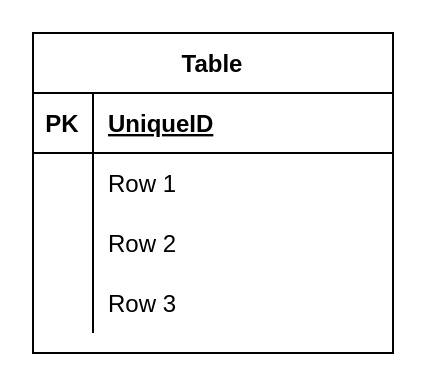
This is docu/ER_diagram/ER_diagram.drawio from TUBAF-IFI-DiPiT/github2pandas, a draw.io file, before an edit. Source tidied: cells renumbered, new cells numbered last; positions are measured from the earlier drawing's top-left corner, leaving out a move shared by most shapes. Both pictures are drawn from the tidied source at 200%, with x=0, y=0 at pixel (32, 32).
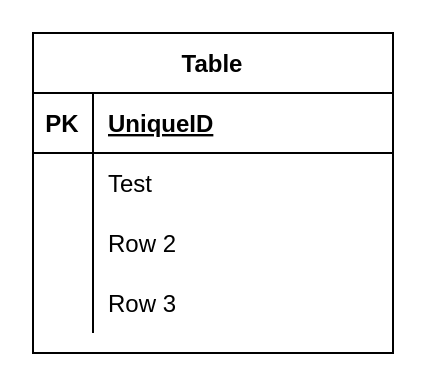
After the change.

Change to the diagram source:
```diff
@@
 <mxGraphModel>
   <root>
     <mxCell id="0" />
     <mxCell id="1" parent="0" />
     <mxCell id="2" value="Table" style="shape=table;startSize=30;childLayout=tableLayout;rowLines=0;fontStyle=1;align=center;" parent="1" vertex="1">
       <mxGeometry width="180" height="160" as="geometry" />
     </mxCell>
     <mxCell id="3" style="shape=partialRectangle;fillColor=none;top=0;left=0;bottom=1;right=0;" parent="2" vertex="1">
       <mxGeometry y="30" width="180" height="30" as="geometry" />
     </mxCell>
     <mxCell id="4" value="PK" style="shape=partialRectangle;fillColor=none;top=0;left=0;bottom=0;right=0;fontStyle=1;overflow=hidden;" parent="3" vertex="1">
       <mxGeometry width="30" height="30" as="geometry" />
     </mxCell>
     <mxCell id="5" value="UniqueID" style="shape=partialRectangle;fillColor=none;top=0;left=0;bottom=0;right=0;align=left;spacingLeft=6;fontStyle=5;overflow=hidden;" parent="3" vertex="1">
       <mxGeometry x="30" width="150" height="30" as="geometry" />
     </mxCell>
     <mxCell id="6" style="shape=partialRectangle;fillColor=none;top=0;left=0;bottom=0;right=0;" parent="2" vertex="1">
       <mxGeometry y="60" width="180" height="30" as="geometry" />
     </mxCell>
     <mxCell id="7" style="shape=partialRectangle;fillColor=none;top=0;left=0;bottom=0;right=0;overflow=hidden;" parent="6" vertex="1">
       <mxGeometry width="30" height="30" as="geometry" />
     </mxCell>
-    <mxCell id="8" value="Row 1" style="shape=partialRectangle;fillColor=none;top=0;left=0;bottom=0;right=0;align=left;spacingLeft=6;overflow=hidden;" parent="6" vertex="1">
+    <mxCell id="8" value="Test" style="shape=partialRectangle;fillColor=none;top=0;left=0;bottom=0;right=0;align=left;spacingLeft=6;overflow=hidden;" parent="6" vertex="1">
       <mxGeometry x="30" width="150" height="30" as="geometry" />
     </mxCell>
     <mxCell id="9" style="shape=partialRectangle;fillColor=none;top=0;left=0;bottom=0;right=0;" parent="2" vertex="1">
       <mxGeometry y="90" width="180" height="30" as="geometry" />
     </mxCell>
     <mxCell id="10" style="shape=partialRectangle;fillColor=none;top=0;left=0;bottom=0;right=0;overflow=hidden;" parent="9" vertex="1">
       <mxGeometry width="30" height="30" as="geometry" />
     </mxCell>
     <mxCell id="11" value="Row 2" style="shape=partialRectangle;fillColor=none;top=0;left=0;bottom=0;right=0;align=left;spacingLeft=6;overflow=hidden;" parent="9" vertex="1">
       <mxGeometry x="30" width="150" height="30" as="geometry" />
     </mxCell>
     <mxCell id="12" style="shape=partialRectangle;fillColor=none;top=0;left=0;bottom=0;right=0;" parent="2" vertex="1">
       <mxGeometry y="120" width="180" height="30" as="geometry" />
     </mxCell>
     <mxCell id="13" style="shape=partialRectangle;fillColor=none;top=0;left=0;bottom=0;right=0;overflow=hidden;" parent="12" vertex="1">
       <mxGeometry width="30" height="30" as="geometry" />
     </mxCell>
     <mxCell id="14" value="Row 3" style="shape=partialRectangle;fillColor=none;top=0;left=0;bottom=0;right=0;align=left;spacingLeft=6;overflow=hidden;" parent="12" vertex="1">
       <mxGeometry x="30" width="150" height="30" as="geometry" />
     </mxCell>
   </root>
 </mxGraphModel>
```
